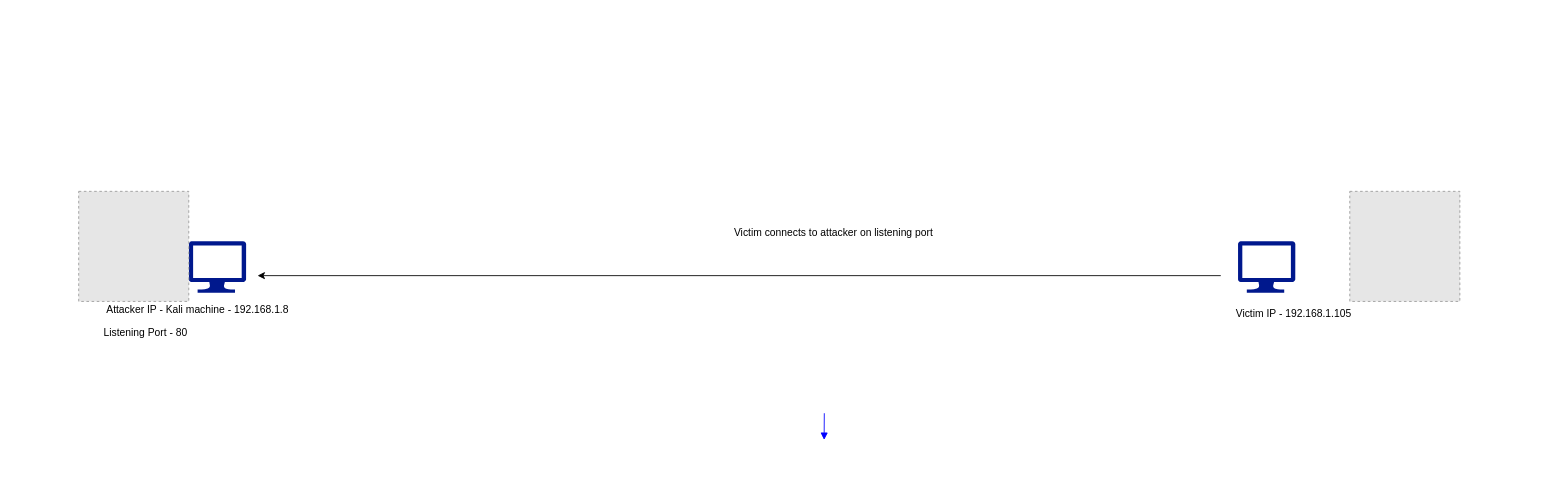
Above: Diagram/Untitled Diagram.drawio in ritzmeya/ELK_2021 (draw.io), before the change. Source tidied: cells renumbered, new cells numbered last; positions are measured from the earlier drawing's top-left corner, leaving out a move shared by most shapes. Both pictures are drawn from the tidied source at 86%, with x=0, y=0 at pixel (78, 191). Pictures stored in the file or linked from it are replaced by grey dashed boxes.
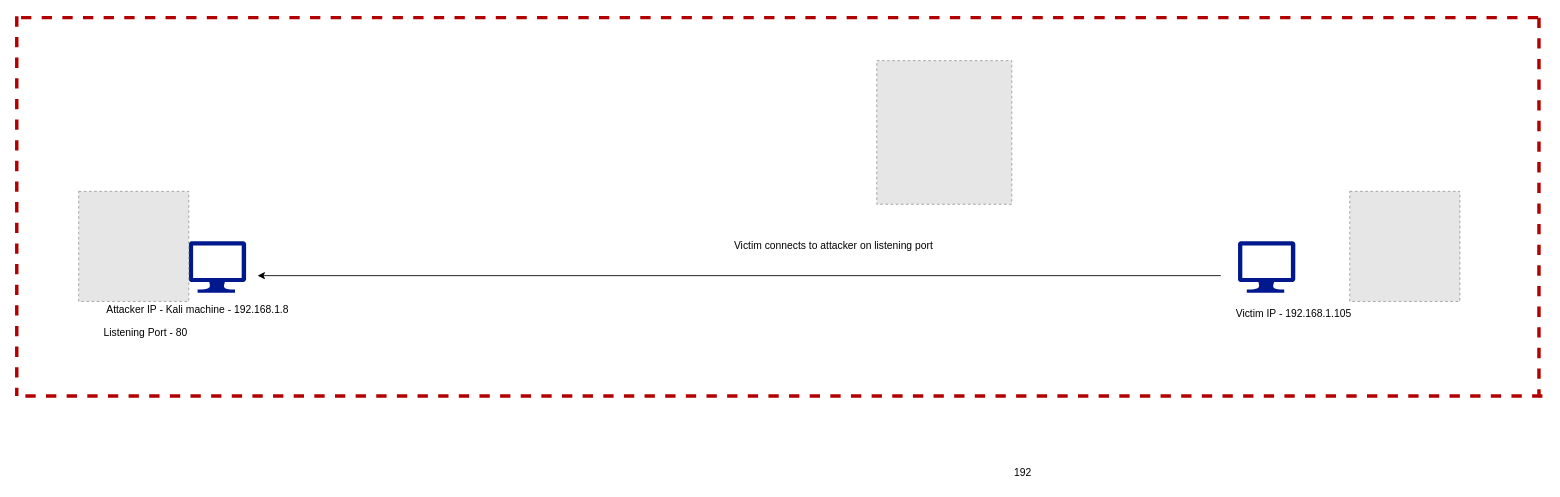
The same page after the edit.

Diff of the diagram source:
```diff
@@
-    <mxCell id="2" style="edgeStyle=none;rounded=0;html=1;exitX=0.5;exitY=1;labelBackgroundColor=none;startArrow=none;startFill=0;endArrow=block;endFill=1;strokeColor=#0000FF;strokeWidth=1;fontFamily=Verdana;fontSize=12;fontColor=#000000;" parent="1" edge="1">
-      <mxGeometry relative="1" as="geometry">
-        <mxPoint x="867" y="258" as="sourcePoint" />
-        <mxPoint x="866.8" y="289" as="targetPoint" />
-      </mxGeometry>
-    </mxCell>
@@
     <mxCell id="9" value="Victim connects to attacker on listening port" style="text;html=1;strokeColor=none;fillColor=none;align=center;verticalAlign=middle;whiteSpace=wrap;rounded=0;" parent="1" vertex="1">
-      <mxGeometry x="738" y="18" width="280" height="60" as="geometry" />
+      <mxGeometry x="738" y="34" width="280" height="60" as="geometry" />
     </mxCell>
@@
+    <mxCell id="12" style="fillColor=#E6E6E6;strokeColor=#999999;dashed=1;verticalLabelPosition=bottom;labelBackgroundColor=#ffffff;verticalAlign=top;" parent="1" vertex="1">
+      <mxGeometry x="928" y="-152" width="157" height="167" as="geometry" />
+    </mxCell>
+    <mxCell id="13" value="192" style="text;html=1;strokeColor=none;fillColor=none;align=center;verticalAlign=middle;whiteSpace=wrap;rounded=0;" parent="1" vertex="1">
+      <mxGeometry x="1078" y="318" width="40" height="20" as="geometry" />
+    </mxCell>
+    <mxCell id="14" style="endArrow=none;dashed=1;html=1;fillColor=#e51400;strokeColor=#B20000;strokeWidth=4;" parent="1" edge="1">
+      <mxGeometry relative="1" as="geometry">
+        <mxPoint x="-67" y="-202" as="sourcePoint" />
+        <mxPoint x="1698" y="-202" as="targetPoint" />
+      </mxGeometry>
+    </mxCell>
+    <mxCell id="15" style="endArrow=none;dashed=1;html=1;fillColor=#e51400;strokeColor=#B20000;strokeWidth=4;" parent="1" edge="1">
+      <mxGeometry relative="1" as="geometry">
+        <mxPoint x="-62" y="238" as="sourcePoint" />
+        <mxPoint x="1703" y="238" as="targetPoint" />
+      </mxGeometry>
+    </mxCell>
+    <mxCell id="16" style="endArrow=none;dashed=1;html=1;fillColor=#e51400;strokeColor=#B20000;strokeWidth=4;" parent="1" edge="1">
+      <mxGeometry relative="1" as="geometry">
+        <mxPoint x="-72" y="-203.5" as="sourcePoint" />
+        <mxPoint x="-72" y="238" as="targetPoint" />
+      </mxGeometry>
+    </mxCell>
+    <mxCell id="17" style="endArrow=none;dashed=1;html=1;fillColor=#e51400;strokeColor=#B20000;strokeWidth=4;" parent="1" edge="1">
+      <mxGeometry relative="1" as="geometry">
+        <mxPoint x="1698" y="-202" as="sourcePoint" />
+        <mxPoint x="1698" y="239.5" as="targetPoint" />
+      </mxGeometry>
+    </mxCell>
```
